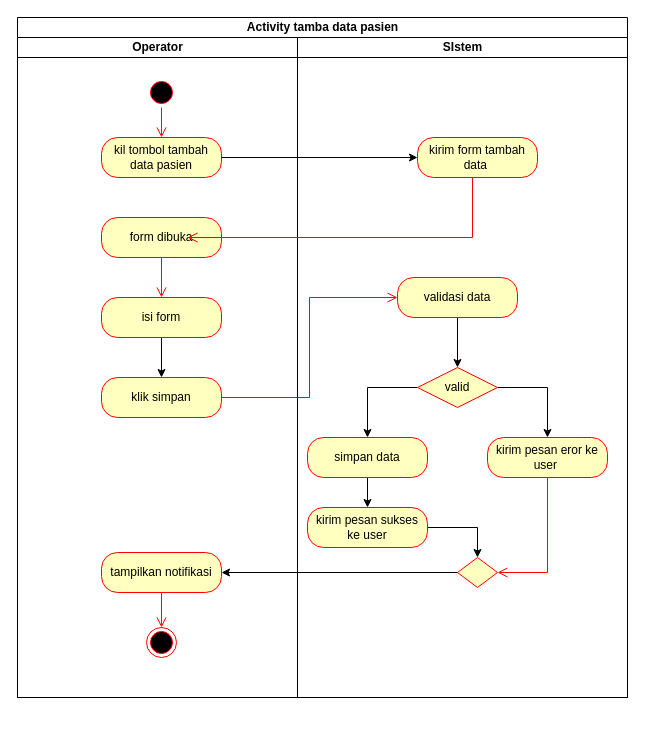
zzarr/Tugas-Akhir keeps this draw.io diagram as activity diagram tambah data akun.drawio. Above is the earlier version. Source tidied: cells renumbered, new cells numbered last; positions are measured from the earlier drawing's top-left corner, leaving out a move shared by most shapes. Both pictures are drawn from the tidied source at 100%, with x=0, y=0 at pixel (17, 17).
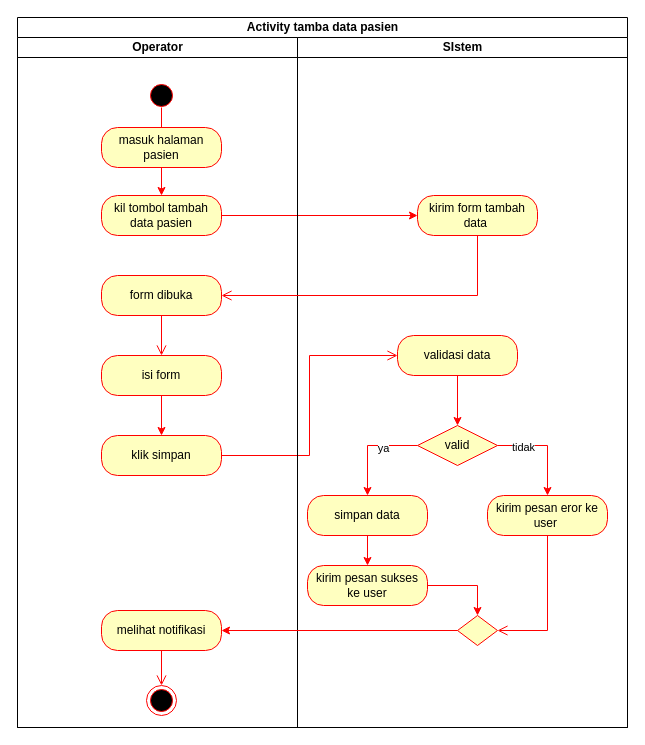
The same diagram, later.

Diff of the diagram source:
```diff
@@
     <mxCell id="2" value="Activity tamba data pasien" style="swimlane;startSize=20;html=1;" parent="1" vertex="1">
-      <mxGeometry width="610" height="680" as="geometry" />
+      <mxGeometry width="610" height="710" as="geometry" />
     </mxCell>
     <mxCell id="3" value="Operator" style="swimlane;startSize=20;html=1;" parent="2" vertex="1">
-      <mxGeometry y="20" width="280" height="660" as="geometry" />
+      <mxGeometry y="20" width="280" height="690" as="geometry" />
     </mxCell>
     <mxCell id="4" style="ellipse;html=1;shape=startState;fillColor=#000000;strokeColor=#ff0000;" parent="3" vertex="1">
-      <mxGeometry x="129" y="40" width="30" height="30" as="geometry" />
+      <mxGeometry x="129" y="43" width="30" height="30" as="geometry" />
     </mxCell>
@@
     <mxCell id="6" value="kil tombol tambah data pasien" style="rounded=1;whiteSpace=wrap;html=1;arcSize=40;fontColor=#000000;fillColor=#ffffc0;strokeColor=#ff0000;" parent="3" vertex="1">
-      <mxGeometry x="84" y="100" width="120" height="40" as="geometry" />
+      <mxGeometry x="84" y="158" width="120" height="40" as="geometry" />
     </mxCell>
     <mxCell id="7" value="form dibuka" style="rounded=1;whiteSpace=wrap;html=1;arcSize=40;fontColor=#000000;fillColor=#ffffc0;strokeColor=#ff0000;" parent="3" vertex="1">
-      <mxGeometry x="84" y="180" width="120" height="40" as="geometry" />
+      <mxGeometry x="84" y="238" width="120" height="40" as="geometry" />
     </mxCell>
@@
-    <mxCell id="9" style="edgeStyle=orthogonalEdgeStyle;rounded=0;jettySize=auto;html=1;exitX=0.5;exitY=1;exitDx=0;exitDy=0;entryX=0.5;entryY=0;entryDx=0;entryDy=0;" parent="3" edge="1" source="10" target="11">
+    <mxCell id="9" style="edgeStyle=orthogonalEdgeStyle;rounded=0;jettySize=auto;html=1;exitX=0.5;exitY=1;exitDx=0;exitDy=0;entryX=0.5;entryY=0;entryDx=0;entryDy=0;strokeColor=light-dark(#ff0000, #ededed);" parent="3" edge="1" source="10" target="11">
       <mxGeometry relative="1" as="geometry" />
     </mxCell>
     <mxCell id="10" value="isi form" style="rounded=1;whiteSpace=wrap;html=1;arcSize=40;fontColor=#000000;fillColor=#ffffc0;strokeColor=#ff0000;" parent="3" vertex="1">
-      <mxGeometry x="84" y="260" width="120" height="40" as="geometry" />
+      <mxGeometry x="84" y="318" width="120" height="40" as="geometry" />
     </mxCell>
     <mxCell id="11" value="klik simpan" style="rounded=1;whiteSpace=wrap;html=1;arcSize=40;fontColor=#000000;fillColor=#ffffc0;strokeColor=#ff0000;" parent="3" vertex="1">
-      <mxGeometry x="84" y="340" width="120" height="40" as="geometry" />
+      <mxGeometry x="84" y="398" width="120" height="40" as="geometry" />
     </mxCell>
     <mxCell id="12" style="ellipse;html=1;shape=endState;fillColor=#000000;strokeColor=#ff0000;" parent="3" vertex="1">
-      <mxGeometry x="129" y="590" width="30" height="30" as="geometry" />
+      <mxGeometry x="129" y="648" width="30" height="30" as="geometry" />
     </mxCell>
-    <mxCell id="13" value="tampilkan notifikasi" style="rounded=1;whiteSpace=wrap;html=1;arcSize=40;fontColor=#000000;fillColor=#ffffc0;strokeColor=#ff0000;" parent="3" vertex="1">
-      <mxGeometry x="84" y="515" width="120" height="40" as="geometry" />
+    <mxCell id="13" value="melihat notifikasi" style="rounded=1;whiteSpace=wrap;html=1;arcSize=40;fontColor=#000000;fillColor=#ffffc0;strokeColor=#ff0000;" parent="3" vertex="1">
+      <mxGeometry x="84" y="573" width="120" height="40" as="geometry" />
     </mxCell>
     <mxCell id="14" style="edgeStyle=orthogonalEdgeStyle;html=1;verticalAlign=bottom;endArrow=open;endSize=8;strokeColor=#ff0000;rounded=0;" parent="3" edge="1" source="13">
       <mxGeometry relative="1" as="geometry">
-        <mxPoint x="144" y="590" as="targetPoint" />
+        <mxPoint x="144" y="648" as="targetPoint" />
       </mxGeometry>
     </mxCell>
+    <mxCell id="33" style="edgeStyle=orthogonalEdgeStyle;rounded=0;jettySize=auto;html=1;exitX=0.5;exitY=1;exitDx=0;exitDy=0;entryX=0.5;entryY=0;entryDx=0;entryDy=0;strokeColor=#FF0000;" parent="3" edge="1" source="34" target="6">
+      <mxGeometry relative="1" as="geometry" />
+    </mxCell>
+    <mxCell id="34" value="masuk halaman pasien" style="rounded=1;whiteSpace=wrap;html=1;arcSize=40;fontColor=#000000;fillColor=#ffffc0;strokeColor=#ff0000;" parent="3" vertex="1">
+      <mxGeometry x="84" y="90" width="120" height="40" as="geometry" />
+    </mxCell>
-    <mxCell id="15" style="edgeStyle=orthogonalEdgeStyle;rounded=0;jettySize=auto;html=1;exitX=1;exitY=0.5;exitDx=0;exitDy=0;entryX=0;entryY=0.5;entryDx=0;entryDy=0;" parent="2" edge="1" source="6" target="18">
+    <mxCell id="15" style="edgeStyle=orthogonalEdgeStyle;rounded=0;jettySize=auto;html=1;exitX=1;exitY=0.5;exitDx=0;exitDy=0;entryX=0;entryY=0.5;entryDx=0;entryDy=0;strokeColor=#FF0000;" parent="2" edge="1" source="6" target="18">
       <mxGeometry relative="1" as="geometry" />
     </mxCell>
@@
     <mxCell id="17" value="SIstem" style="swimlane;startSize=20;html=1;" parent="2" vertex="1">
-      <mxGeometry x="280" y="20" width="330" height="660" as="geometry" />
+      <mxGeometry x="280" y="20" width="330" height="690" as="geometry" />
     </mxCell>
     <mxCell id="18" value="kirim form tambah data&amp;nbsp;" style="rounded=1;whiteSpace=wrap;html=1;arcSize=40;fontColor=#000000;fillColor=#ffffc0;strokeColor=#ff0000;" parent="17" vertex="1">
-      <mxGeometry x="120" y="100" width="120" height="40" as="geometry" />
+      <mxGeometry x="120" y="158" width="120" height="40" as="geometry" />
     </mxCell>
-    <mxCell id="19" style="edgeStyle=orthogonalEdgeStyle;rounded=0;jettySize=auto;html=1;exitX=0.5;exitY=1;exitDx=0;exitDy=0;entryX=0.5;entryY=0;entryDx=0;entryDy=0;" parent="17" edge="1" source="20" target="23">
+    <mxCell id="19" style="edgeStyle=orthogonalEdgeStyle;rounded=0;jettySize=auto;html=1;exitX=0.5;exitY=1;exitDx=0;exitDy=0;entryX=0.5;entryY=0;entryDx=0;entryDy=0;strokeColor=light-dark(#ff0000, #ededed);" parent="17" edge="1" source="20" target="23">
       <mxGeometry relative="1" as="geometry" />
     </mxCell>
     <mxCell id="20" value="validasi data" style="rounded=1;whiteSpace=wrap;html=1;arcSize=40;fontColor=#000000;fillColor=#ffffc0;strokeColor=#ff0000;" parent="17" vertex="1">
-      <mxGeometry x="100" y="240" width="120" height="40" as="geometry" />
+      <mxGeometry x="100" y="298" width="120" height="40" as="geometry" />
     </mxCell>
-    <mxCell id="21" style="edgeStyle=orthogonalEdgeStyle;rounded=0;jettySize=auto;html=1;exitX=0;exitY=0.5;exitDx=0;exitDy=0;entryX=0.5;entryY=0;entryDx=0;entryDy=0;" parent="17" edge="1" source="23" target="28">
+    <mxCell id="21" style="edgeStyle=orthogonalEdgeStyle;rounded=0;jettySize=auto;html=1;exitX=0;exitY=0.5;exitDx=0;exitDy=0;entryX=0.5;entryY=0;entryDx=0;entryDy=0;strokeColor=#FF0000;" parent="17" edge="1" source="23" target="28">
       <mxGeometry relative="1" as="geometry" />
     </mxCell>
+    <mxCell id="35" value="ya" style="edgeLabel;html=1;align=center;verticalAlign=middle;" parent="21" vertex="1">
+      <mxGeometry x="-0.3" y="2" relative="1" as="geometry" />
+    </mxCell>
-    <mxCell id="22" style="edgeStyle=orthogonalEdgeStyle;rounded=0;jettySize=auto;html=1;exitX=1;exitY=0.5;exitDx=0;exitDy=0;entryX=0.5;entryY=0;entryDx=0;entryDy=0;" parent="17" edge="1" source="23" target="25">
+    <mxCell id="22" style="edgeStyle=orthogonalEdgeStyle;rounded=0;jettySize=auto;html=1;exitX=1;exitY=0.5;exitDx=0;exitDy=0;entryX=0.5;entryY=0;entryDx=0;entryDy=0;strokeColor=light-dark(#ff0000, #ededed);" parent="17" edge="1" source="23" target="25">
       <mxGeometry relative="1" as="geometry" />
     </mxCell>
+    <mxCell id="36" value="tidak" style="edgeLabel;html=1;align=center;verticalAlign=middle;" parent="22" vertex="1">
+      <mxGeometry x="-0.5" y="-1" relative="1" as="geometry" />
+    </mxCell>
     <mxCell id="23" value="valid" style="rhombus;whiteSpace=wrap;html=1;fontColor=#000000;fillColor=#ffffc0;strokeColor=#ff0000;" parent="17" vertex="1">
-      <mxGeometry x="120" y="330" width="80" height="40" as="geometry" />
+      <mxGeometry x="120" y="388" width="80" height="40" as="geometry" />
     </mxCell>
-    <mxCell id="24" style="edgeStyle=elbowEdgeStyle;html=1;verticalAlign=bottom;endArrow=open;endSize=8;strokeColor=#ff0000;rounded=0;entryX=1;entryY=0.5;entryDx=0;entryDy=0;" parent="17" edge="1">
+    <mxCell id="24" style="edgeStyle=elbowEdgeStyle;html=1;verticalAlign=bottom;endArrow=open;endSize=8;strokeColor=#ff0000;rounded=0;" parent="17" edge="1">
       <mxGeometry relative="1" as="geometry">
-        <mxPoint x="175" y="140" as="sourcePoint" />
-        <mxPoint x="-110" y="200" as="targetPoint" />
+        <mxPoint x="169" y="198" as="sourcePoint" />
+        <mxPoint x="-76" y="258" as="targetPoint" />
         <Array as="points">
-          <mxPoint x="175" y="150" />
+          <mxPoint x="180" y="258" />
         </Array>
       </mxGeometry>
     </mxCell>
     <mxCell id="25" value="kirim pesan eror ke user&amp;nbsp;" style="rounded=1;whiteSpace=wrap;html=1;arcSize=40;fontColor=#000000;fillColor=#ffffc0;strokeColor=#ff0000;" parent="17" vertex="1">
-      <mxGeometry x="190" y="400" width="120" height="40" as="geometry" />
+      <mxGeometry x="190" y="458" width="120" height="40" as="geometry" />
     </mxCell>
@@
-    <mxCell id="27" style="edgeStyle=orthogonalEdgeStyle;rounded=0;jettySize=auto;html=1;exitX=0.5;exitY=1;exitDx=0;exitDy=0;entryX=0.5;entryY=0;entryDx=0;entryDy=0;" parent="17" edge="1" source="28" target="30">
+    <mxCell id="27" style="edgeStyle=orthogonalEdgeStyle;rounded=0;jettySize=auto;html=1;exitX=0.5;exitY=1;exitDx=0;exitDy=0;entryX=0.5;entryY=0;entryDx=0;entryDy=0;strokeColor=#FF0000;" parent="17" edge="1" source="28" target="30">
       <mxGeometry relative="1" as="geometry" />
     </mxCell>
     <mxCell id="28" value="simpan data" style="rounded=1;whiteSpace=wrap;html=1;arcSize=40;fontColor=#000000;fillColor=#ffffc0;strokeColor=#ff0000;" parent="17" vertex="1">
-      <mxGeometry x="10" y="400" width="120" height="40" as="geometry" />
+      <mxGeometry x="10" y="458" width="120" height="40" as="geometry" />
     </mxCell>
-    <mxCell id="29" style="edgeStyle=orthogonalEdgeStyle;rounded=0;jettySize=auto;html=1;exitX=1;exitY=0.5;exitDx=0;exitDy=0;entryX=0.5;entryY=0;entryDx=0;entryDy=0;" parent="17" edge="1" source="30" target="31">
+    <mxCell id="29" style="edgeStyle=orthogonalEdgeStyle;rounded=0;jettySize=auto;html=1;exitX=1;exitY=0.5;exitDx=0;exitDy=0;entryX=0.5;entryY=0;entryDx=0;entryDy=0;strokeColor=#FF0000;" parent="17" edge="1" source="30" target="31">
       <mxGeometry relative="1" as="geometry" />
     </mxCell>
     <mxCell id="30" value="kirim pesan sukses ke user" style="rounded=1;whiteSpace=wrap;html=1;arcSize=40;fontColor=#000000;fillColor=#ffffc0;strokeColor=#ff0000;" parent="17" vertex="1">
-      <mxGeometry x="10" y="470" width="120" height="40" as="geometry" />
+      <mxGeometry x="10" y="528" width="120" height="40" as="geometry" />
     </mxCell>
     <mxCell id="31" style="rhombus;whiteSpace=wrap;html=1;fontColor=#000000;fillColor=#ffffc0;strokeColor=#ff0000;" parent="17" vertex="1">
-      <mxGeometry x="160" y="520" width="40" height="30" as="geometry" />
+      <mxGeometry x="160" y="578" width="40" height="30" as="geometry" />
     </mxCell>
-    <mxCell id="32" style="edgeStyle=orthogonalEdgeStyle;rounded=0;jettySize=auto;html=1;exitX=0;exitY=0.5;exitDx=0;exitDy=0;entryX=1;entryY=0.5;entryDx=0;entryDy=0;" parent="2" edge="1" source="31" target="13">
+    <mxCell id="32" style="edgeStyle=orthogonalEdgeStyle;rounded=0;jettySize=auto;html=1;exitX=0;exitY=0.5;exitDx=0;exitDy=0;entryX=1;entryY=0.5;entryDx=0;entryDy=0;strokeColor=#FF0000;" parent="2" edge="1" source="31" target="13">
       <mxGeometry relative="1" as="geometry" />
     </mxCell>
```
